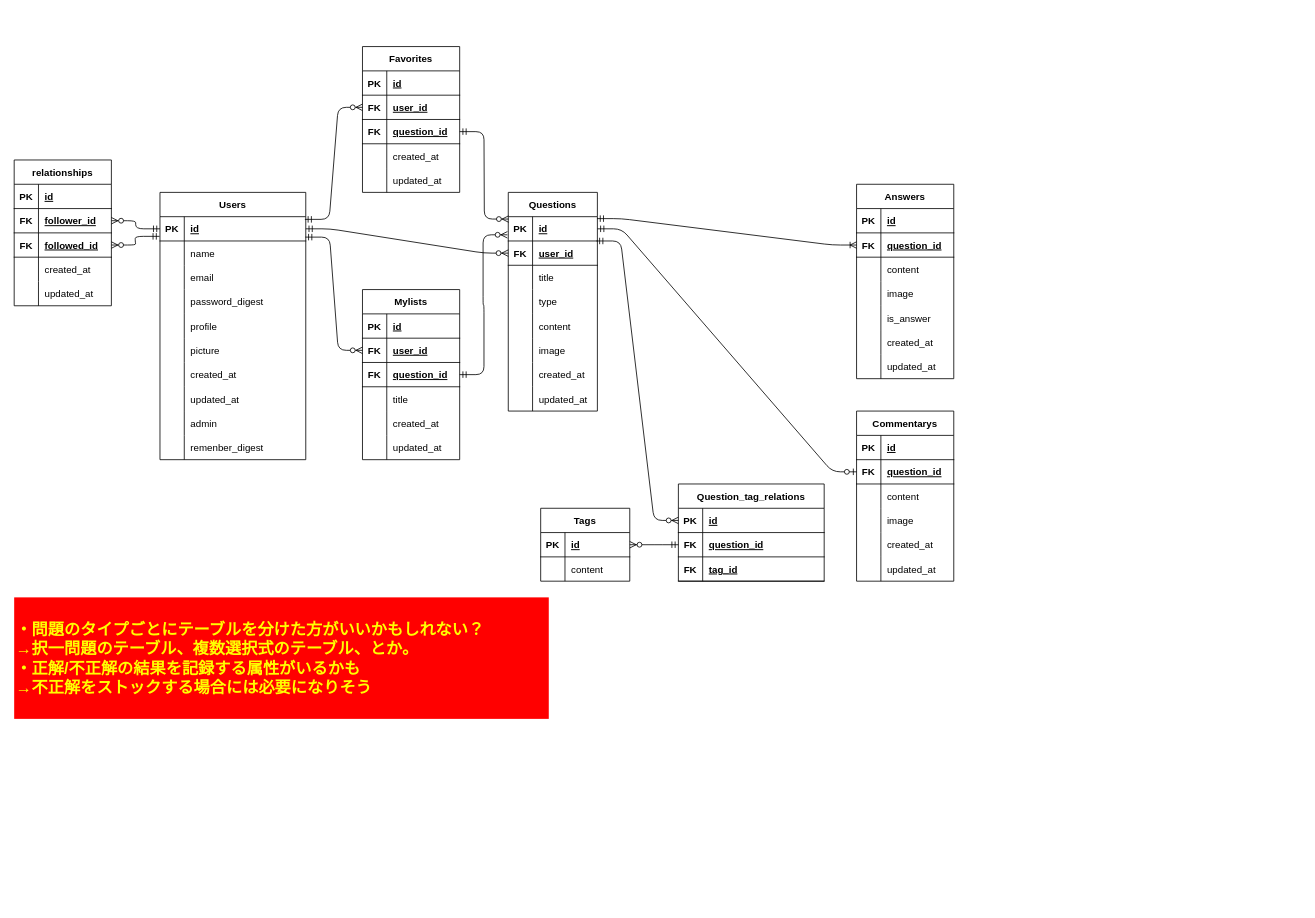
This is ER.drawio from amatoosan/my_portfolio, a draw.io file, before an edit. Source tidied: cells renumbered, new cells numbered last; positions are measured from the earlier drawing's top-left corner, leaving out a move shared by most shapes. Both pictures are drawn from the tidied source at 81%, with x=0, y=0 at pixel (14, 46).
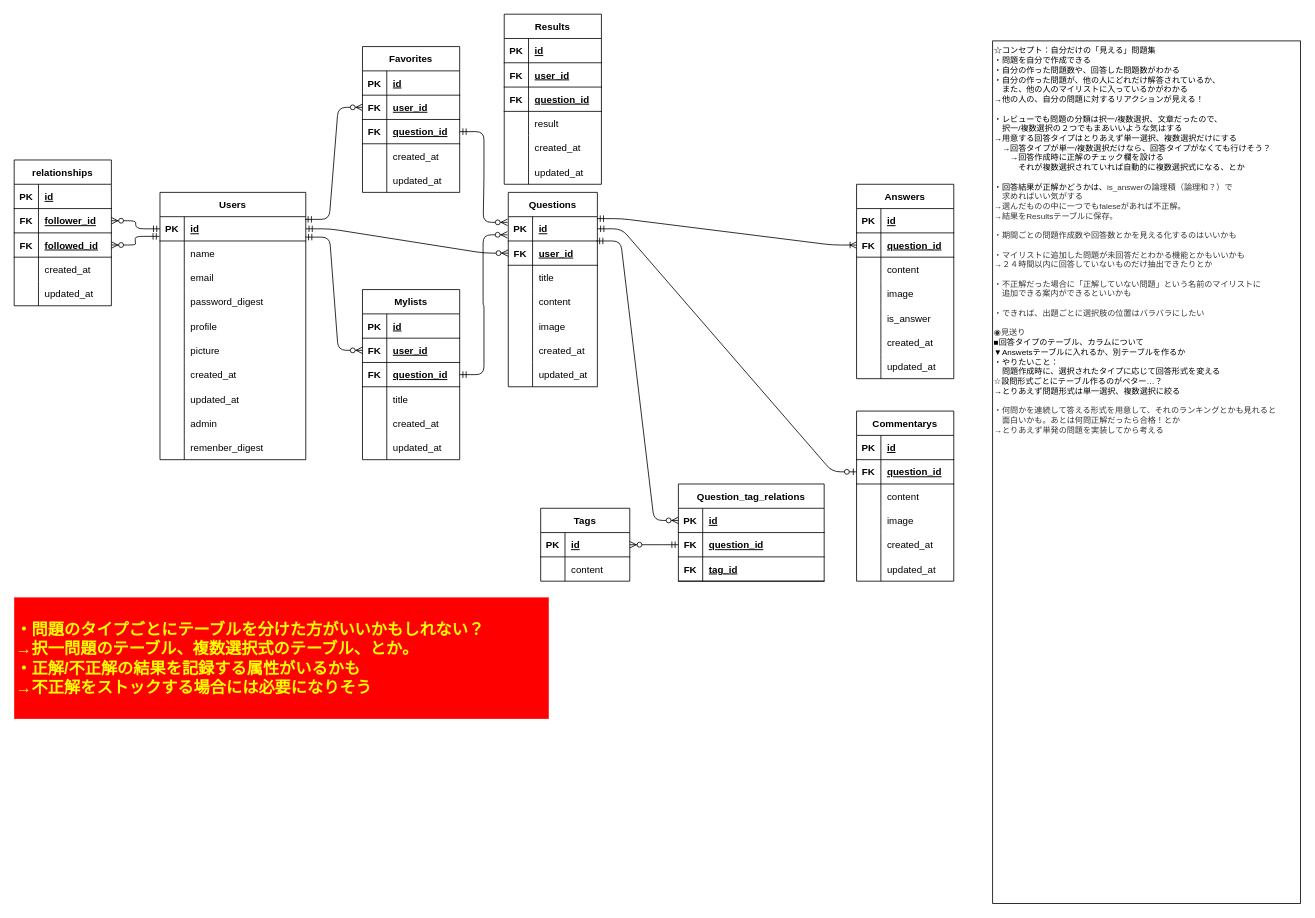
After the change.

The change refers to these unchanged cells:
```xml
<mxCell id="34" style="shape=partialRectangle;fillColor=none;top=0;left=0;bottom=1;right=0;points=[[0,0.5],[1,0.5]];portConstraint=eastwest;" parent="33" vertex="1">
  <mxGeometry y="30" width="110" height="30" as="geometry" />
</mxCell>
<mxCell id="84" style="shape=partialRectangle;fillColor=none;top=0;left=0;bottom=1;right=0;points=[[0,0.5],[1,0.5]];portConstraint=eastwest;" parent="80" vertex="1">
  <mxGeometry y="60" width="120" height="30" as="geometry" />
</mxCell>
<mxCell id="132" style="shape=partialRectangle;fillColor=none;top=0;left=0;bottom=1;right=0;points=[[0,0.5],[1,0.5]];portConstraint=eastwest;" parent="125" vertex="1">
  <mxGeometry y="90" width="120" height="30" as="geometry" />
</mxCell>
```

Change to the diagram source:
```diff
@@
     <mxCell id="33" value="Questions" style="shape=table;startSize=30;childLayout=tableLayout;rowLines=0;fontStyle=1;align=center;" parent="1" vertex="1">
-      <mxGeometry x="610" y="180" width="110" height="270" as="geometry" />
+      <mxGeometry x="610" y="180" width="110" height="240" as="geometry" />
     </mxCell>
@@
-    <mxCell id="43" style="shape=partialRectangle;fillColor=none;top=0;left=0;bottom=0;right=0;" parent="33" vertex="1">
-      <mxGeometry y="120" width="110" height="30" as="geometry" />
-    </mxCell>
-    <mxCell id="44" style="shape=partialRectangle;fillColor=none;top=0;left=0;bottom=0;right=0;overflow=hidden;" parent="43" vertex="1">
-      <mxGeometry width="30" height="30" as="geometry" />
-    </mxCell>
-    <mxCell id="45" value="type" style="shape=partialRectangle;fillColor=none;top=0;left=0;bottom=0;right=0;align=left;spacingLeft=6;overflow=hidden;" parent="43" vertex="1">
-      <mxGeometry x="30" width="80" height="30" as="geometry" />
-    </mxCell>
     <mxCell id="46" style="shape=partialRectangle;fillColor=none;top=0;left=0;bottom=0;right=0;" parent="33" vertex="1">
-      <mxGeometry y="150" width="110" height="30" as="geometry" />
+      <mxGeometry y="120" width="110" height="30" as="geometry" />
     </mxCell>
@@
     <mxCell id="49" style="shape=partialRectangle;fillColor=none;top=0;left=0;bottom=0;right=0;" parent="33" vertex="1">
-      <mxGeometry y="180" width="110" height="30" as="geometry" />
+      <mxGeometry y="150" width="110" height="30" as="geometry" />
     </mxCell>
@@
     <mxCell id="52" style="shape=partialRectangle;fillColor=none;top=0;left=0;bottom=0;right=0;" parent="33" vertex="1">
-      <mxGeometry y="210" width="110" height="30" as="geometry" />
+      <mxGeometry y="180" width="110" height="30" as="geometry" />
     </mxCell>
@@
     <mxCell id="55" style="shape=partialRectangle;fillColor=none;top=0;left=0;bottom=0;right=0;" parent="33" vertex="1">
-      <mxGeometry y="240" width="110" height="30" as="geometry" />
+      <mxGeometry y="210" width="110" height="30" as="geometry" />
     </mxCell>
@@
-    <mxCell id="153" style="edgeStyle=entityRelationEdgeStyle;fontSize=12;html=1;endArrow=ERzeroToOne;startArrow=ERmandOne;exitX=1;exitY=0.5;exitDx=0;exitDy=0;entryX=0;entryY=0.5;entryDx=0;entryDy=0;" parent="1" edge="1" source="34" target="84">
+    <mxCell id="153" style="edgeStyle=entityRelationEdgeStyle;fontSize=12;html=1;endArrow=ERzeroToOne;startArrow=ERmandOne;entryX=0;entryY=0.5;entryDx=0;entryDy=0;exitX=1;exitY=0.5;exitDx=0;exitDy=0;" parent="1" edge="1" source="34" target="84">
       <mxGeometry relative="1" as="geometry" />
     </mxCell>
@@
-    <mxCell id="173" style="edgeStyle=entityRelationEdgeStyle;fontSize=12;html=1;endArrow=ERzeroToMany;startArrow=ERmandOne;exitX=1;exitY=0.5;exitDx=0;exitDy=0;entryX=0.004;entryY=0.122;entryDx=0;entryDy=0;entryPerimeter=0;" parent="1" edge="1" source="132" target="33">
+    <mxCell id="173" style="edgeStyle=entityRelationEdgeStyle;fontSize=12;html=1;endArrow=ERzeroToMany;startArrow=ERmandOne;exitX=1;exitY=0.5;exitDx=0;exitDy=0;entryX=-0.009;entryY=0.233;entryDx=0;entryDy=0;entryPerimeter=0;" parent="1" edge="1" source="132" target="34">
       <mxGeometry relative="1" as="geometry" />
     </mxCell>
@@
+    <mxCell id="179" value="Results" style="shape=table;startSize=30;childLayout=tableLayout;rowLines=0;fontStyle=1;align=center;" parent="1" vertex="1">
+      <mxGeometry x="605" y="-40" width="120" height="210" as="geometry" />
+    </mxCell>
+    <mxCell id="180" style="shape=partialRectangle;fillColor=none;top=0;left=0;bottom=1;right=0;" parent="179" vertex="1">
+      <mxGeometry y="30" width="120" height="30" as="geometry" />
+    </mxCell>
+    <mxCell id="181" value="PK" style="shape=partialRectangle;fillColor=none;top=0;left=0;bottom=0;right=0;fontStyle=1;overflow=hidden;" parent="180" vertex="1">
+      <mxGeometry width="30" height="30" as="geometry" />
+    </mxCell>
+    <mxCell id="182" value="id" style="shape=partialRectangle;fillColor=none;top=0;left=0;bottom=0;right=0;align=left;spacingLeft=6;fontStyle=5;overflow=hidden;" parent="180" vertex="1">
+      <mxGeometry x="30" width="90" height="30" as="geometry" />
+    </mxCell>
+    <mxCell id="183" style="shape=partialRectangle;fillColor=none;top=0;left=0;bottom=1;right=0;" parent="179" vertex="1">
+      <mxGeometry y="60" width="120" height="30" as="geometry" />
+    </mxCell>
+    <mxCell id="184" value="FK" style="shape=partialRectangle;fillColor=none;top=0;left=0;bottom=0;right=0;fontStyle=1;overflow=hidden;" parent="183" vertex="1">
+      <mxGeometry width="30" height="30" as="geometry" />
+    </mxCell>
+    <mxCell id="185" value="user_id" style="shape=partialRectangle;fillColor=none;top=0;left=0;bottom=0;right=0;align=left;spacingLeft=6;fontStyle=5;overflow=hidden;" parent="183" vertex="1">
+      <mxGeometry x="30" width="90" height="30" as="geometry" />
+    </mxCell>
+    <mxCell id="186" style="shape=partialRectangle;fillColor=none;top=0;left=0;bottom=1;right=0;" parent="179" vertex="1">
+      <mxGeometry y="90" width="120" height="30" as="geometry" />
+    </mxCell>
+    <mxCell id="187" value="FK" style="shape=partialRectangle;fillColor=none;top=0;left=0;bottom=0;right=0;fontStyle=1;overflow=hidden;" parent="186" vertex="1">
+      <mxGeometry width="30" height="30" as="geometry" />
+    </mxCell>
+    <mxCell id="188" value="question_id" style="shape=partialRectangle;fillColor=none;top=0;left=0;bottom=0;right=0;align=left;spacingLeft=6;fontStyle=5;overflow=hidden;" parent="186" vertex="1">
+      <mxGeometry x="30" width="90" height="30" as="geometry" />
+    </mxCell>
+    <mxCell id="189" style="shape=partialRectangle;fillColor=none;top=0;left=0;bottom=0;right=0;" parent="179" vertex="1">
+      <mxGeometry y="120" width="120" height="30" as="geometry" />
+    </mxCell>
+    <mxCell id="190" style="shape=partialRectangle;fillColor=none;top=0;left=0;bottom=0;right=0;overflow=hidden;" parent="189" vertex="1">
+      <mxGeometry width="30" height="30" as="geometry" />
+    </mxCell>
+    <mxCell id="191" value="result" style="shape=partialRectangle;fillColor=none;top=0;left=0;bottom=0;right=0;align=left;spacingLeft=6;overflow=hidden;" parent="189" vertex="1">
+      <mxGeometry x="30" width="90" height="30" as="geometry" />
+    </mxCell>
+    <mxCell id="192" style="shape=partialRectangle;fillColor=none;top=0;left=0;bottom=0;right=0;" parent="179" vertex="1">
+      <mxGeometry y="150" width="120" height="30" as="geometry" />
+    </mxCell>
+    <mxCell id="193" style="shape=partialRectangle;fillColor=none;top=0;left=0;bottom=0;right=0;overflow=hidden;" parent="192" vertex="1">
+      <mxGeometry width="30" height="30" as="geometry" />
+    </mxCell>
+    <mxCell id="194" value="created_at" style="shape=partialRectangle;fillColor=none;top=0;left=0;bottom=0;right=0;align=left;spacingLeft=6;overflow=hidden;" parent="192" vertex="1">
+      <mxGeometry x="30" width="90" height="30" as="geometry" />
+    </mxCell>
+    <mxCell id="195" style="shape=partialRectangle;fillColor=none;top=0;left=0;bottom=0;right=0;" parent="179" vertex="1">
+      <mxGeometry y="180" width="120" height="30" as="geometry" />
+    </mxCell>
+    <mxCell id="196" style="shape=partialRectangle;fillColor=none;top=0;left=0;bottom=0;right=0;overflow=hidden;" parent="195" vertex="1">
+      <mxGeometry width="30" height="30" as="geometry" />
+    </mxCell>
+    <mxCell id="197" value="updated_at" style="shape=partialRectangle;fillColor=none;top=0;left=0;bottom=0;right=0;align=left;spacingLeft=6;overflow=hidden;" parent="195" vertex="1">
+      <mxGeometry x="30" width="90" height="30" as="geometry" />
+    </mxCell>
+    <mxCell id="198" value="☆コンセプト：自分だけの「見える」問題集&lt;br&gt;・問題を自分で作成できる&lt;br&gt;・自分の作った問題数や、回答した問題数がわかる&lt;br&gt;・自分の作った問題が、他の人にどれだけ解答されているか、&lt;br&gt;　また、他の人のマイリストに入っているかがわかる&lt;br&gt;→他の人の、自分の問題に対するリアクションが見える！&lt;br&gt;&lt;br&gt;・レビューでも問題の分類は択一/複数選択、文章だったので、&lt;br&gt;　択一/複数選択の２つでもまあいいような気はする&lt;br&gt;→用意する回答タイプはとりあえず単一選択、複数選択だけにする&lt;br&gt;　→回答タイプが単一/複数選択だけなら、回答タイプがなくても行けそう？&lt;br&gt;　　→回答作成時に正解のチェック欄を設ける&lt;br&gt;　　　それが複数選択されていれば自動的に複数選択式になる、とか&lt;br&gt;&lt;br&gt;・回答結果が正解かどうかは、&lt;span style=&quot;color: rgb(51 , 51 , 51) ; background-color: rgb(255 , 255 , 255)&quot;&gt;is_answerの論理積（論理和？）で&lt;br&gt;　求めればいい気がする&lt;br&gt;→選んだものの中に一つでもfaleseがあれば不正解。&lt;br&gt;→結果をResultsテーブルに保存。&lt;br&gt;&lt;br&gt;・期間ごとの問題作成数や回答数とかを見える化するのはいいかも&lt;br&gt;&lt;br&gt;・マイリストに追加した問題が未回答だとわかる機能とかもいいかも&lt;br&gt;→２４時間以内に回答していないものだけ抽出できたりとか&lt;br&gt;&lt;br&gt;・不正解だった場合に「正解していない問題」という名前のマイリストに&lt;br&gt;　追加できる案内ができるといいかも&lt;br&gt;&lt;br&gt;・できれば、出題ごとに選択肢の位置はバラバラにしたい&lt;br&gt;&lt;br&gt;◉見送り&lt;br&gt;&lt;/span&gt;■回答タイプのテーブル、カラムについて&lt;br&gt;▼Answetsテーブルに入れるか、別テーブルを作るか&lt;br&gt;・やりたいこと：&lt;br&gt;　問題作成時に、選択されたタイプに応じて回答形式を変える&lt;br&gt;☆設問形式ごとにテーブル作るのがベター…？&lt;br&gt;→とりあえず問題形式は単一選択、複数選択に絞る&lt;br&gt;&lt;span style=&quot;color: rgb(51 , 51 , 51) ; background-color: rgb(255 , 255 , 255)&quot;&gt;&lt;br&gt;&lt;/span&gt;&lt;span style=&quot;color: rgb(51 , 51 , 51) ; background-color: rgb(255 , 255 , 255)&quot;&gt;・何問かを連続して答える形式を用意して、それのランキングとかも見れると&lt;br&gt;　面白いかも。&lt;/span&gt;&lt;span style=&quot;color: rgb(51 , 51 , 51) ; background-color: rgb(255 , 255 , 255)&quot;&gt;あとは何問正解だったら合格！とか&lt;br&gt;→とりあえず単発の問題を実装してから考える&lt;br&gt;&lt;/span&gt;" style="rounded=0;whiteSpace=wrap;html=1;fontSize=10;align=left;verticalAlign=top;" parent="1" vertex="1">
+      <mxGeometry x="1208" y="-7" width="380" height="1065" as="geometry" />
+    </mxCell>
```
